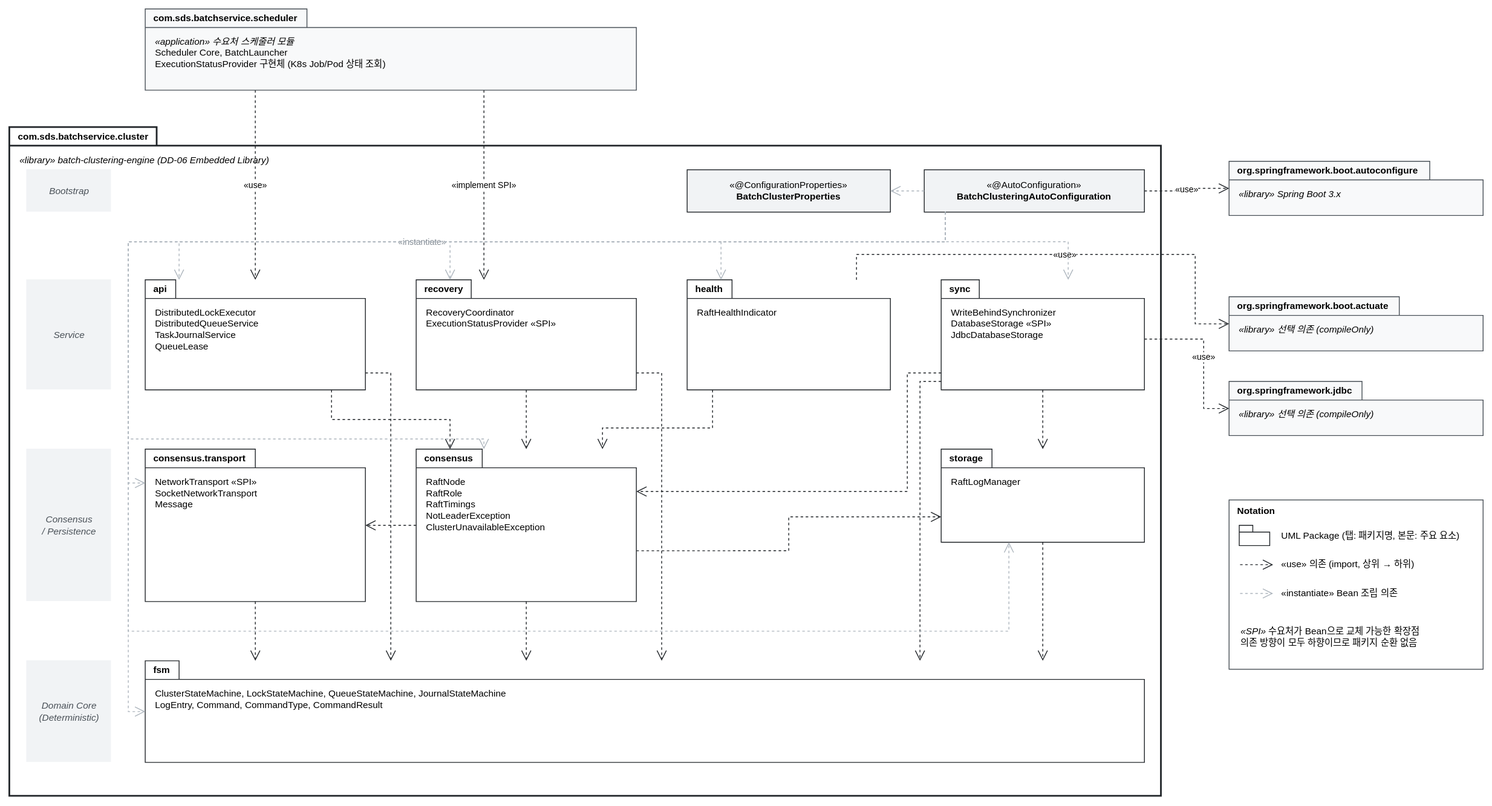
The draw.io diagram assets/drawio/5.2.1 Package Diagram.svg in reddiana/a-cert, before a commit. Source tidied: cells renumbered, new cells last; positions are measured from the earlier drawing's top-left corner, leaving out a move shared by most shapes.
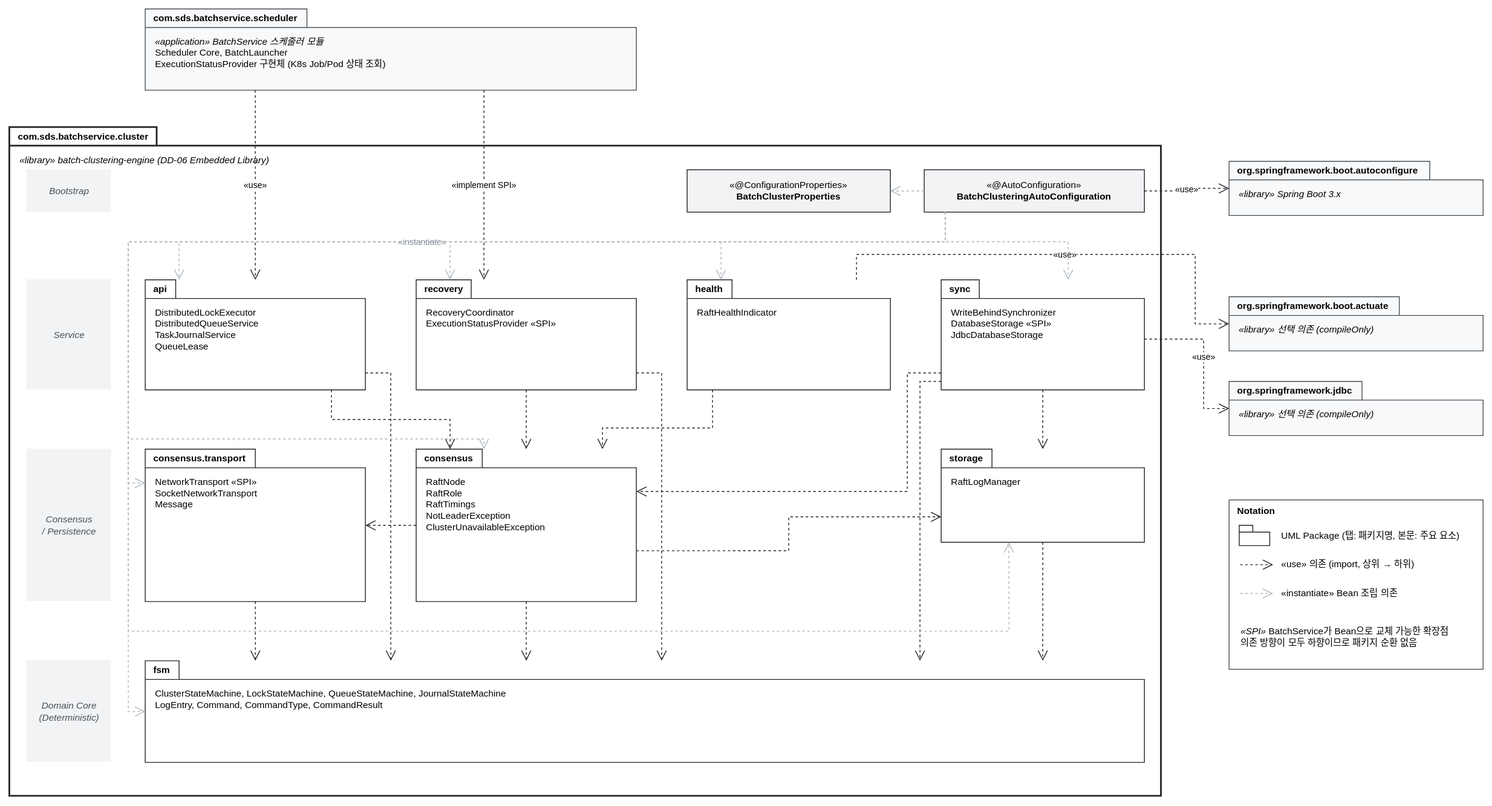
Above is the later version.

Change to the diagram source:
```diff
@@ -2,7 +2,7 @@
   <root>
     <mxCell id="0" />
     <mxCell id="1" parent="0" />
-    <mxCell id="2" value="&lt;i&gt;«application» 수요처 스케줄러 모듈&lt;/i&gt;&lt;br&gt;Scheduler Core, BatchLauncher&lt;br&gt;ExecutionStatusProvider 구현체 (K8s Job/Pod 상태 조회)" style="shape=folder;tabPosition=left;tabHeight=22;tabWidth=191;html=1;whiteSpace=wrap;align=left;verticalAlign=top;spacingLeft=10;spacingTop=26;fillColor=#f8f9fa;strokeColor=#495057;fontFamily=Helvetica;fontSize=11;" parent="1" vertex="1">
+    <mxCell id="2" value="&lt;i&gt;«application» BatchService 스케줄러 모듈&lt;/i&gt;&lt;br&gt;Scheduler Core, BatchLauncher&lt;br&gt;ExecutionStatusProvider 구현체 (K8s Job/Pod 상태 조회)" style="shape=folder;tabPosition=left;tabHeight=22;tabWidth=191;html=1;whiteSpace=wrap;align=left;verticalAlign=top;spacingLeft=10;spacingTop=26;fillColor=#f8f9fa;strokeColor=#495057;fontFamily=Helvetica;fontSize=11;" parent="1" vertex="1">
       <mxGeometry x="160" width="580" height="96" as="geometry" />
     </mxCell>
     <mxCell id="3" value="&lt;b&gt;com.sds.batchservice.scheduler&lt;/b&gt;" style="text;html=1;strokeColor=none;fillColor=none;align=left;verticalAlign=middle;spacingLeft=8;fontFamily=Helvetica;fontSize=11;" parent="2" vertex="1">
@@ -301,7 +301,7 @@
     <mxCell id="71" value="«instantiate» Bean 조립 의존" style="text;html=1;align=left;verticalAlign=middle;fontFamily=Helvetica;fontSize=11;" parent="1" vertex="1">
       <mxGeometry x="1500" y="678" width="235" height="24" as="geometry" />
     </mxCell>
-    <mxCell id="72" value="&lt;i&gt;«SPI»&lt;/i&gt; 수요처가 Bean으로 교체 가능한 확장점&lt;br&gt;의존 방향이 모두 하향이므로 패키지 순환 없음" style="text;html=1;align=left;verticalAlign=middle;fontFamily=Helvetica;fontSize=11;" parent="1" vertex="1">
+    <mxCell id="72" value="&lt;i&gt;«SPI»&lt;/i&gt; BatchService가 Bean으로 교체 가능한 확장점&lt;br&gt;의존 방향이 모두 하향이므로 패키지 순환 없음" style="text;html=1;align=left;verticalAlign=middle;fontFamily=Helvetica;fontSize=11;" parent="1" vertex="1">
       <mxGeometry x="1452" y="720" width="285" height="44" as="geometry" />
     </mxCell>
   </root>
```
